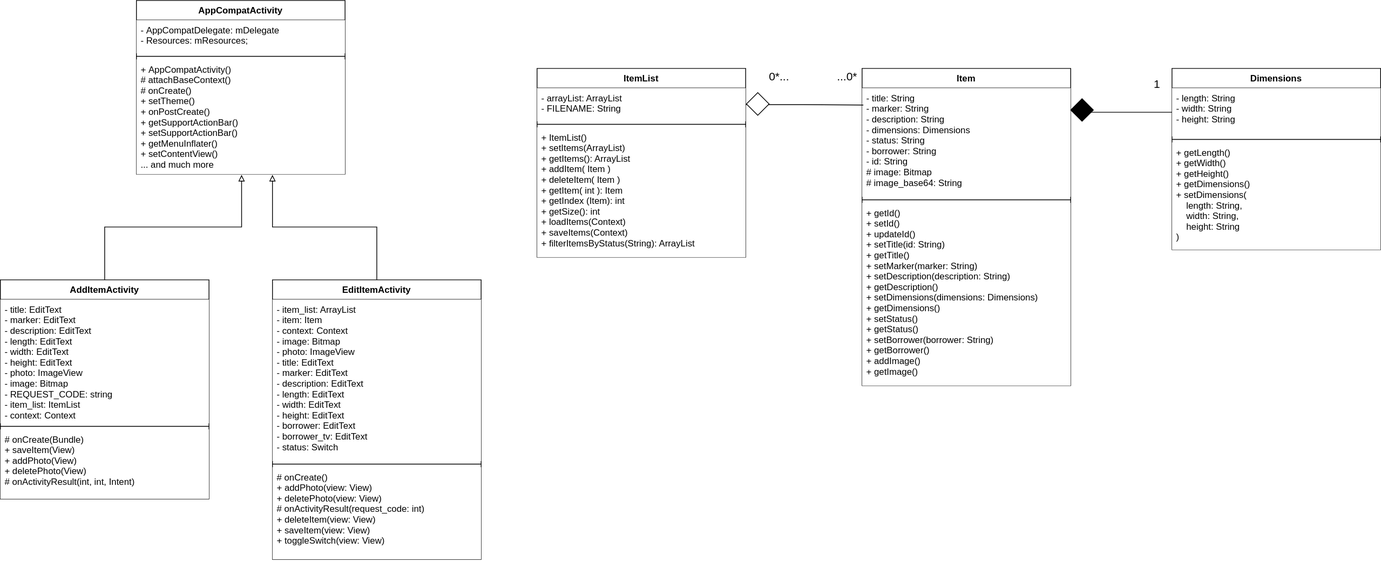
Before: UML Class Diagram - Sharing App.svg, a diagram exported from draw.io (treeindev/uml-diagrams). Source tidied: cells renumbered, new cells last; positions are measured from the earlier drawing's top-left corner, leaving out a move shared by most shapes.
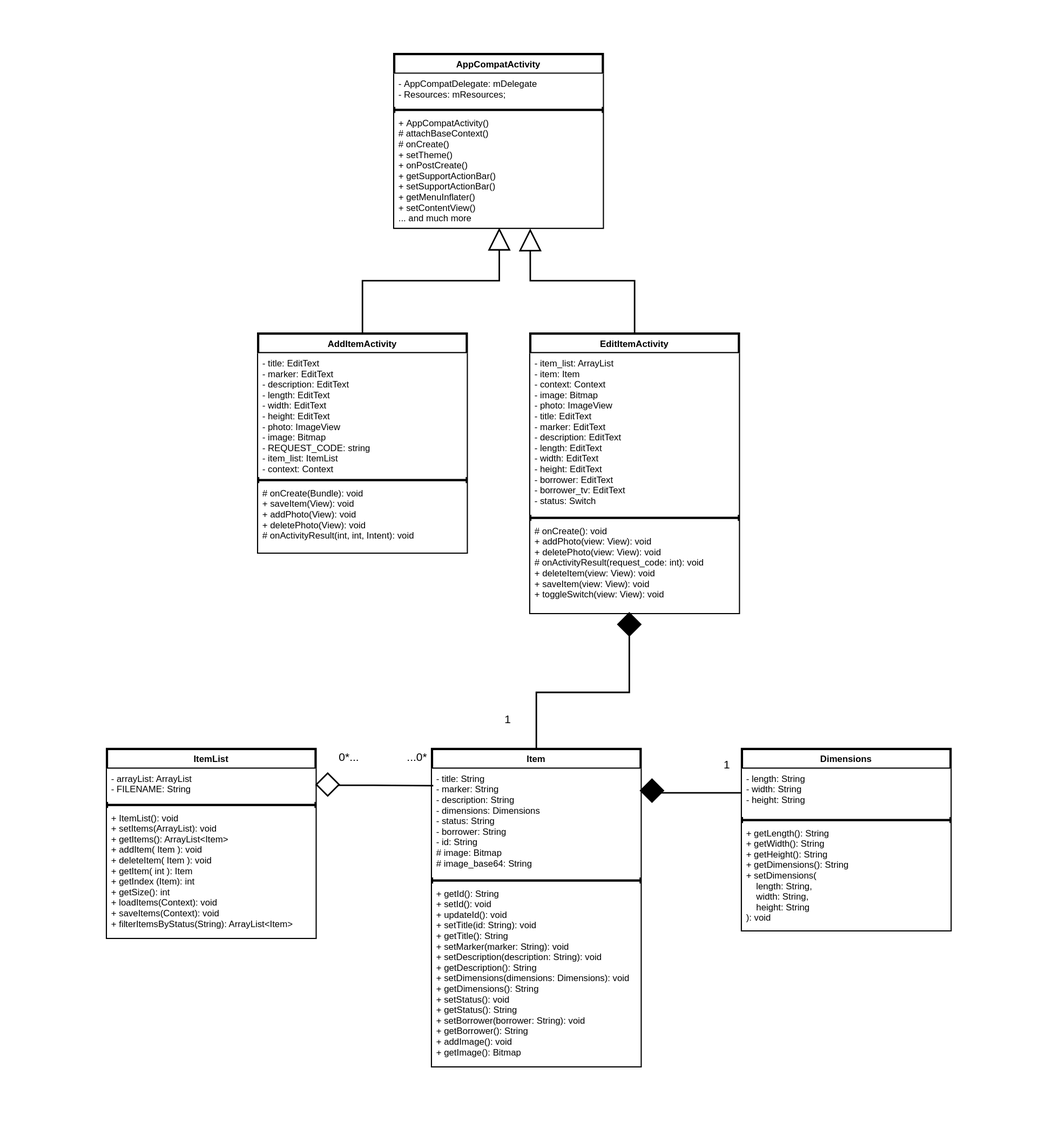
After the commit.

What changed in the source:
```diff
@@ -2,116 +2,129 @@
   <root>
     <mxCell id="0" />
     <mxCell id="1" parent="0" />
+    <mxCell id="35" style="rounded=0;whiteSpace=wrap;html=1;fontSize=15;strokeWidth=3;fillColor=#FFFFFF;strokeColor=none;" parent="1" vertex="1">
+      <mxGeometry x="570" y="-900" width="1390" height="1510" as="geometry" />
+    </mxCell>
-    <mxCell id="2" value="AppCompatActivity" style="swimlane;fontStyle=1;align=center;verticalAlign=top;horizontal=1;startSize=26;" parent="1" vertex="1">
-      <mxGeometry x="180" width="276" height="230" as="geometry" />
+    <mxCell id="2" value="AppCompatActivity" style="swimlane;fontStyle=1;align=center;verticalAlign=top;horizontal=1;startSize=26;strokeWidth=3;" parent="1" vertex="1">
+      <mxGeometry x="1090" y="-830" width="276" height="230" as="geometry" />
     </mxCell>
-    <mxCell id="3" value="- AppCompatDelegate: mDelegate&#10;- Resources: mResources;" style="text;align=left;verticalAlign=top;spacingLeft=4;spacingRight=4;overflow=hidden;fillColor=default;" parent="2" vertex="1">
+    <mxCell id="3" value="- AppCompatDelegate: mDelegate&#10;- Resources: mResources;" style="text;align=left;verticalAlign=top;spacingLeft=4;spacingRight=4;overflow=hidden;fillColor=default;strokeWidth=3;" parent="2" vertex="1">
       <mxGeometry y="26" width="276" height="44" as="geometry" />
     </mxCell>
-    <mxCell id="4" style="line;strokeWidth=1;fillColor=none;align=left;verticalAlign=middle;spacingTop=-1;spacingLeft=3;spacingRight=3;labelPosition=right;" parent="2" vertex="1">
+    <mxCell id="4" style="line;strokeWidth=3;fillColor=none;align=left;verticalAlign=middle;spacingTop=-1;spacingLeft=3;spacingRight=3;labelPosition=right;" parent="2" vertex="1">
       <mxGeometry y="70" width="276" height="8" as="geometry" />
     </mxCell>
-    <mxCell id="5" value="+ AppCompatActivity()&#10;# attachBaseContext()&#10;# onCreate()&#10;+ setTheme()&#10;+ onPostCreate()&#10;+ getSupportActionBar()&#10;+ setSupportActionBar()&#10;+ getMenuInflater()&#10;+ setContentView()&#10;... and much more" style="text;align=left;verticalAlign=top;spacingLeft=4;spacingRight=4;overflow=hidden;points=[[0,0.5],[1,0.5]];portConstraint=eastwest;fillColor=default;" parent="2" vertex="1">
+    <mxCell id="5" value="+ AppCompatActivity()&#10;# attachBaseContext()&#10;# onCreate()&#10;+ setTheme()&#10;+ onPostCreate()&#10;+ getSupportActionBar()&#10;+ setSupportActionBar()&#10;+ getMenuInflater()&#10;+ setContentView()&#10;... and much more" style="text;align=left;verticalAlign=top;spacingLeft=4;spacingRight=4;overflow=hidden;points=[[0,0.5],[1,0.5]];portConstraint=eastwest;fillColor=default;strokeWidth=3;" parent="2" vertex="1">
       <mxGeometry y="78" width="276" height="152" as="geometry" />
     </mxCell>
-    <mxCell id="6" style="edgeStyle=orthogonalEdgeStyle;rounded=0;jettySize=auto;html=1;entryX=0.504;entryY=1.007;entryDx=0;entryDy=0;entryPerimeter=0;fontSize=15;endArrow=block;endFill=0;jumpSize=7;startSize=10;" parent="1" edge="1" source="7" target="5">
+    <mxCell id="6" style="edgeStyle=orthogonalEdgeStyle;rounded=0;jettySize=auto;html=1;fontSize=15;endArrow=block;endFill=0;jumpSize=7;startSize=10;strokeWidth=2;endSize=25;" parent="1" edge="1" source="7">
       <mxGeometry relative="1" as="geometry">
+        <mxPoint x="1229" y="-600" as="targetPoint" />
         <Array as="points">
-          <mxPoint x="138" y="300" />
-          <mxPoint x="319" y="300" />
+          <mxPoint x="1048" y="-530" />
+          <mxPoint x="1229" y="-530" />
         </Array>
       </mxGeometry>
     </mxCell>
-    <mxCell id="7" value="AddItemActivity" style="swimlane;fontStyle=1;align=center;verticalAlign=top;horizontal=1;startSize=26;fillColor=default;" parent="1" vertex="1">
-      <mxGeometry y="370" width="276" height="290" as="geometry" />
+    <mxCell id="7" value="AddItemActivity" style="swimlane;fontStyle=1;align=center;verticalAlign=top;horizontal=1;startSize=26;fillColor=default;strokeWidth=3;" parent="1" vertex="1">
+      <mxGeometry x="910" y="-460" width="276" height="290" as="geometry" />
     </mxCell>
-    <mxCell id="8" value="- title: EditText&#10;- marker: EditText&#10;- description: EditText&#10;- length: EditText&#10;- width: EditText&#10;- height: EditText&#10;- photo: ImageView&#10;- image: Bitmap&#10;- REQUEST_CODE: string&#10;- item_list: ItemList&#10;- context: Context" style="text;align=left;verticalAlign=top;spacingLeft=4;spacingRight=4;overflow=hidden;fillColor=default;" parent="7" vertex="1">
+    <mxCell id="8" value="- title: EditText&#10;- marker: EditText&#10;- description: EditText&#10;- length: EditText&#10;- width: EditText&#10;- height: EditText&#10;- photo: ImageView&#10;- image: Bitmap&#10;- REQUEST_CODE: string&#10;- item_list: ItemList&#10;- context: Context" style="text;align=left;verticalAlign=top;spacingLeft=4;spacingRight=4;overflow=hidden;fillColor=default;strokeWidth=3;" parent="7" vertex="1">
       <mxGeometry y="26" width="276" height="164" as="geometry" />
     </mxCell>
-    <mxCell id="9" style="line;strokeWidth=1;align=left;verticalAlign=middle;spacingTop=-1;spacingLeft=3;spacingRight=3;labelPosition=right;fillColor=default;" parent="7" vertex="1">
+    <mxCell id="9" style="line;strokeWidth=3;align=left;verticalAlign=middle;spacingTop=-1;spacingLeft=3;spacingRight=3;labelPosition=right;fillColor=default;" parent="7" vertex="1">
       <mxGeometry y="190" width="276" height="8" as="geometry" />
     </mxCell>
-    <mxCell id="10" value="# onCreate(Bundle)&#10;+ saveItem(View)&#10;+ addPhoto(View)&#10;+ deletePhoto(View)&#10;# onActivityResult(int, int, Intent)" style="text;align=left;verticalAlign=top;spacingLeft=4;spacingRight=4;overflow=hidden;fillColor=default;" parent="7" vertex="1">
+    <mxCell id="10" value="# onCreate(Bundle): void&#10;+ saveItem(View): void&#10;+ addPhoto(View): void&#10;+ deletePhoto(View): void&#10;# onActivityResult(int, int, Intent): void" style="text;align=left;verticalAlign=top;spacingLeft=4;spacingRight=4;overflow=hidden;fillColor=default;strokeWidth=3;" parent="7" vertex="1">
       <mxGeometry y="198" width="276" height="92" as="geometry" />
     </mxCell>
-    <mxCell id="11" value="ItemList" style="swimlane;fontStyle=1;align=center;verticalAlign=top;horizontal=1;startSize=26;fillColor=default;" parent="1" vertex="1">
+    <mxCell id="11" value="ItemList" style="swimlane;fontStyle=1;align=center;verticalAlign=top;horizontal=1;startSize=26;fillColor=default;strokeWidth=3;" parent="1" vertex="1">
       <mxGeometry x="710" y="90" width="276" height="250" as="geometry" />
     </mxCell>
-    <mxCell id="12" value="- arrayList: ArrayList&#10;- FILENAME: String" style="text;align=left;verticalAlign=top;spacingLeft=4;spacingRight=4;overflow=hidden;points=[[0,0.5],[1,0.5]];portConstraint=eastwest;fillColor=default;" parent="11" vertex="1">
+    <mxCell id="12" value="- arrayList: ArrayList&#10;- FILENAME: String" style="text;align=left;verticalAlign=top;spacingLeft=4;spacingRight=4;overflow=hidden;points=[[0,0.5],[1,0.5]];portConstraint=eastwest;fillColor=default;strokeWidth=3;" parent="11" vertex="1">
       <mxGeometry y="26" width="276" height="44" as="geometry" />
     </mxCell>
-    <mxCell id="13" style="line;strokeWidth=1;align=left;verticalAlign=middle;spacingTop=-1;spacingLeft=3;spacingRight=3;labelPosition=right;fillColor=default;" parent="11" vertex="1">
+    <mxCell id="13" style="line;strokeWidth=3;align=left;verticalAlign=middle;spacingTop=-1;spacingLeft=3;spacingRight=3;labelPosition=right;fillColor=default;" parent="11" vertex="1">
       <mxGeometry y="70" width="276" height="8" as="geometry" />
     </mxCell>
-    <mxCell id="14" value="+ ItemList()&#10;+ setItems(ArrayList)&#10;+ getItems(): ArrayList&#10;+ addItem( Item )&#10;+ deleteItem( Item )&#10;+ getItem( int ): Item&#10;+ getIndex (Item): int&#10;+ getSize(): int&#10;+ loadItems(Context)&#10;+ saveItems(Context)&#10;+ filterItemsByStatus(String): ArrayList" style="text;align=left;verticalAlign=top;spacingLeft=4;spacingRight=4;overflow=hidden;fillColor=default;" parent="11" vertex="1">
+    <mxCell id="14" value="+ ItemList(): void&#10;+ setItems(ArrayList): void&#10;+ getItems(): ArrayList&lt;Item&gt;&#10;+ addItem( Item ): void&#10;+ deleteItem( Item ): void&#10;+ getItem( int ): Item&#10;+ getIndex (Item): int&#10;+ getSize(): int&#10;+ loadItems(Context): void&#10;+ saveItems(Context): void&#10;+ filterItemsByStatus(String): ArrayList&lt;Item&gt;" style="text;align=left;verticalAlign=top;spacingLeft=4;spacingRight=4;overflow=hidden;fillColor=default;strokeWidth=3;" parent="11" vertex="1">
       <mxGeometry y="78" width="276" height="172" as="geometry" />
     </mxCell>
-    <mxCell id="15" style="edgeStyle=orthogonalEdgeStyle;rounded=0;jettySize=auto;html=1;entryX=0.652;entryY=1.007;entryDx=0;entryDy=0;entryPerimeter=0;fontSize=15;endArrow=block;endFill=0;jumpSize=7;" parent="1" edge="1" source="16" target="5">
+    <mxCell id="15" style="edgeStyle=orthogonalEdgeStyle;rounded=0;jettySize=auto;html=1;entryX=0.652;entryY=1.007;entryDx=0;entryDy=0;entryPerimeter=0;fontSize=15;endArrow=block;endFill=0;jumpSize=7;strokeWidth=2;endSize=25;" parent="1" edge="1" source="16" target="5">
       <mxGeometry relative="1" as="geometry">
         <Array as="points">
-          <mxPoint x="498" y="300" />
-          <mxPoint x="360" y="300" />
+          <mxPoint x="1408" y="-530" />
+          <mxPoint x="1270" y="-530" />
         </Array>
       </mxGeometry>
     </mxCell>
-    <mxCell id="16" value="EditItemActivity" style="swimlane;fontStyle=1;align=center;verticalAlign=top;horizontal=1;startSize=26;fillColor=default;" parent="1" vertex="1">
-      <mxGeometry x="360" y="370" width="276" height="370" as="geometry" />
+    <mxCell id="16" value="EditItemActivity" style="swimlane;fontStyle=1;align=center;verticalAlign=top;horizontal=1;startSize=26;fillColor=default;strokeWidth=3;" parent="1" vertex="1">
+      <mxGeometry x="1270" y="-460" width="276" height="370" as="geometry" />
     </mxCell>
-    <mxCell id="17" value="- item_list: ArrayList&#10;- item: Item&#10;- context: Context&#10;- image: Bitmap&#10;- photo: ImageView&#10;- title: EditText&#10;- marker: EditText&#10;- description: EditText&#10;- length: EditText&#10;- width: EditText&#10;- height: EditText&#10;- borrower: EditText&#10;- borrower_tv: EditText&#10;- status: Switch" style="text;align=left;verticalAlign=top;spacingLeft=4;spacingRight=4;overflow=hidden;fillColor=default;" parent="16" vertex="1">
+    <mxCell id="17" value="- item_list: ArrayList&#10;- item: Item&#10;- context: Context&#10;- image: Bitmap&#10;- photo: ImageView&#10;- title: EditText&#10;- marker: EditText&#10;- description: EditText&#10;- length: EditText&#10;- width: EditText&#10;- height: EditText&#10;- borrower: EditText&#10;- borrower_tv: EditText&#10;- status: Switch" style="text;align=left;verticalAlign=top;spacingLeft=4;spacingRight=4;overflow=hidden;fillColor=default;strokeWidth=3;" parent="16" vertex="1">
       <mxGeometry y="26" width="276" height="214" as="geometry" />
     </mxCell>
-    <mxCell id="18" style="line;strokeWidth=1;align=left;verticalAlign=middle;spacingTop=-1;spacingLeft=3;spacingRight=3;labelPosition=right;fillColor=default;" parent="16" vertex="1">
+    <mxCell id="18" style="line;strokeWidth=3;align=left;verticalAlign=middle;spacingTop=-1;spacingLeft=3;spacingRight=3;labelPosition=right;fillColor=default;" parent="16" vertex="1">
       <mxGeometry y="240" width="276" height="8" as="geometry" />
     </mxCell>
-    <mxCell id="19" value="# onCreate()&#10;+ addPhoto(view: View)&#10;+ deletePhoto(view: View)&#10;# onActivityResult(request_code: int)&#10;+ deleteItem(view: View)&#10;+ saveItem(view: View)&#10;+ toggleSwitch(view: View)" style="text;align=left;verticalAlign=top;spacingLeft=4;spacingRight=4;overflow=hidden;fillColor=default;" parent="16" vertex="1">
+    <mxCell id="19" value="# onCreate(): void&#10;+ addPhoto(view: View): void&#10;+ deletePhoto(view: View): void&#10;# onActivityResult(request_code: int): void&#10;+ deleteItem(view: View): void&#10;+ saveItem(view: View): void&#10;+ toggleSwitch(view: View): void" style="text;align=left;verticalAlign=top;spacingLeft=4;spacingRight=4;overflow=hidden;fillColor=default;strokeWidth=3;" parent="16" vertex="1">
       <mxGeometry y="248" width="276" height="122" as="geometry" />
     </mxCell>
+    <mxCell id="36" style="edgeStyle=orthogonalEdgeStyle;rounded=0;jumpSize=7;jettySize=auto;html=1;entryX=0.5;entryY=1;entryDx=0;entryDy=0;fontSize=15;endArrow=none;endFill=0;startSize=11;strokeWidth=2;" parent="1" edge="1" source="20" target="37">
+      <mxGeometry relative="1" as="geometry" />
+    </mxCell>
-    <mxCell id="20" value="Item" style="swimlane;fontStyle=1;align=center;verticalAlign=top;horizontal=1;startSize=26;fillColor=default;" parent="1" vertex="1">
+    <mxCell id="20" value="Item" style="swimlane;fontStyle=1;align=center;verticalAlign=top;horizontal=1;startSize=26;fillColor=default;strokeWidth=3;" parent="1" vertex="1">
       <mxGeometry x="1140" y="90" width="276" height="420" as="geometry" />
     </mxCell>
-    <mxCell id="21" value="- title: String&#10;- marker: String&#10;- description: String&#10;- dimensions: Dimensions&#10;- status: String&#10;- borrower: String&#10;- id: String&#10;# image: Bitmap&#10;# image_base64: String" style="text;align=left;verticalAlign=top;spacingLeft=4;spacingRight=4;overflow=hidden;points=[[0,0.5],[1,0.5]];portConstraint=eastwest;fillColor=default;" parent="20" vertex="1">
+    <mxCell id="21" value="- title: String&#10;- marker: String&#10;- description: String&#10;- dimensions: Dimensions&#10;- status: String&#10;- borrower: String&#10;- id: String&#10;# image: Bitmap&#10;# image_base64: String" style="text;align=left;verticalAlign=top;spacingLeft=4;spacingRight=4;overflow=hidden;points=[[0,0.5],[1,0.5]];portConstraint=eastwest;fillColor=default;strokeWidth=3;" parent="20" vertex="1">
       <mxGeometry y="26" width="276" height="144" as="geometry" />
     </mxCell>
-    <mxCell id="22" style="line;strokeWidth=1;align=left;verticalAlign=middle;spacingTop=-1;spacingLeft=3;spacingRight=3;labelPosition=right;fillColor=default;" parent="20" vertex="1">
+    <mxCell id="22" style="line;strokeWidth=3;align=left;verticalAlign=middle;spacingTop=-1;spacingLeft=3;spacingRight=3;labelPosition=right;fillColor=default;" parent="20" vertex="1">
       <mxGeometry y="170" width="276" height="8" as="geometry" />
     </mxCell>
-    <mxCell id="23" value="+ getId()&#10;+ setId()&#10;+ updateId()&#10;+ setTitle(id: String)&#10;+ getTitle()&#10;+ setMarker(marker: String)&#10;+ setDescription(description: String)&#10;+ getDescription()&#10;+ setDimensions(dimensions: Dimensions)&#10;+ getDimensions()&#10;+ setStatus()&#10;+ getStatus()&#10;+ setBorrower(borrower: String)&#10;+ getBorrower()&#10;+ addImage()&#10;+ getImage()" style="text;align=left;verticalAlign=top;spacingLeft=4;spacingRight=4;overflow=hidden;fillColor=default;" parent="20" vertex="1">
+    <mxCell id="23" value="+ getId(): String&#10;+ setId(): void&#10;+ updateId(): void&#10;+ setTitle(id: String): void&#10;+ getTitle(): String&#10;+ setMarker(marker: String): void&#10;+ setDescription(description: String): void&#10;+ getDescription(): String&#10;+ setDimensions(dimensions: Dimensions): void&#10;+ getDimensions(): String&#10;+ setStatus(): void&#10;+ getStatus(): String&#10;+ setBorrower(borrower: String): void&#10;+ getBorrower(): String&#10;+ addImage(): void&#10;+ getImage(): Bitmap" style="text;align=left;verticalAlign=top;spacingLeft=4;spacingRight=4;overflow=hidden;fillColor=default;strokeWidth=3;" parent="20" vertex="1">
       <mxGeometry y="178" width="276" height="242" as="geometry" />
     </mxCell>
-    <mxCell id="24" value="Dimensions" style="swimlane;fontStyle=1;align=center;verticalAlign=top;horizontal=1;startSize=26;fillColor=default;" parent="1" vertex="1">
+    <mxCell id="24" value="Dimensions" style="swimlane;fontStyle=1;align=center;verticalAlign=top;horizontal=1;startSize=26;fillColor=default;strokeWidth=3;" parent="1" vertex="1">
       <mxGeometry x="1550" y="90" width="276" height="240" as="geometry" />
     </mxCell>
-    <mxCell id="25" value="- length: String&#10;- width: String&#10;- height: String" style="text;align=left;verticalAlign=top;spacingLeft=4;spacingRight=4;overflow=hidden;points=[[0,0.5],[1,0.5]];portConstraint=eastwest;fillColor=default;" parent="24" vertex="1">
+    <mxCell id="25" value="- length: String&#10;- width: String&#10;- height: String" style="text;align=left;verticalAlign=top;spacingLeft=4;spacingRight=4;overflow=hidden;points=[[0,0.5],[1,0.5]];portConstraint=eastwest;fillColor=default;strokeWidth=3;" parent="24" vertex="1">
       <mxGeometry y="26" width="276" height="64" as="geometry" />
     </mxCell>
-    <mxCell id="26" style="line;strokeWidth=1;align=left;verticalAlign=middle;spacingTop=-1;spacingLeft=3;spacingRight=3;labelPosition=right;fillColor=default;" parent="24" vertex="1">
+    <mxCell id="26" style="line;strokeWidth=3;align=left;verticalAlign=middle;spacingTop=-1;spacingLeft=3;spacingRight=3;labelPosition=right;fillColor=default;" parent="24" vertex="1">
       <mxGeometry y="90" width="276" height="8" as="geometry" />
     </mxCell>
-    <mxCell id="27" value="+ getLength()&#10;+ getWidth()&#10;+ getHeight()&#10;+ getDimensions()&#10;+ setDimensions(&#10;    length: String,&#10;    width: String,&#10;    height: String&#10;)&#10;" style="text;align=left;verticalAlign=top;spacingLeft=4;spacingRight=4;overflow=hidden;fillColor=default;" parent="24" vertex="1">
+    <mxCell id="27" value="+ getLength(): String&#10;+ getWidth(): String&#10;+ getHeight(): String&#10;+ getDimensions(): String&#10;+ setDimensions(&#10;    length: String,&#10;    width: String,&#10;    height: String&#10;): void&#10;" style="text;align=left;verticalAlign=top;spacingLeft=4;spacingRight=4;overflow=hidden;fillColor=default;strokeWidth=3;" parent="24" vertex="1">
       <mxGeometry y="98" width="276" height="142" as="geometry" />
     </mxCell>
-    <mxCell id="28" style="edgeStyle=orthogonalEdgeStyle;rounded=0;jettySize=auto;html=1;entryX=0.006;entryY=0.156;entryDx=0;entryDy=0;entryPerimeter=0;endArrow=none;endFill=0;" parent="1" edge="1" source="12" target="21">
+    <mxCell id="28" style="edgeStyle=orthogonalEdgeStyle;rounded=0;jettySize=auto;html=1;entryX=0.006;entryY=0.156;entryDx=0;entryDy=0;entryPerimeter=0;endArrow=none;endFill=0;strokeWidth=2;" parent="1" edge="1" source="12" target="21">
       <mxGeometry relative="1" as="geometry" />
     </mxCell>
-    <mxCell id="29" style="rhombus;whiteSpace=wrap;html=1;fillColor=default;" parent="1" vertex="1">
+    <mxCell id="29" style="rhombus;whiteSpace=wrap;html=1;fillColor=default;strokeWidth=2;" parent="1" vertex="1">
       <mxGeometry x="987" y="122" width="30" height="30" as="geometry" />
     </mxCell>
-    <mxCell id="30" value="0*..." style="text;html=1;align=center;verticalAlign=middle;strokeColor=none;fillColor=none;fontSize=15;" parent="1" vertex="1">
+    <mxCell id="30" value="0*..." style="text;html=1;align=center;verticalAlign=middle;strokeColor=none;fillColor=none;fontSize=15;strokeWidth=2;" parent="1" vertex="1">
       <mxGeometry x="1010" y="90" width="40" height="20" as="geometry" />
     </mxCell>
-    <mxCell id="31" value="...0*" style="text;html=1;align=center;verticalAlign=middle;strokeColor=none;fillColor=none;fontSize=15;" parent="1" vertex="1">
+    <mxCell id="31" value="...0*" style="text;html=1;align=center;verticalAlign=middle;strokeColor=none;fillColor=none;fontSize=15;strokeWidth=3;" parent="1" vertex="1">
       <mxGeometry x="1100" y="90" width="40" height="20" as="geometry" />
     </mxCell>
-    <mxCell id="32" style="edgeStyle=orthogonalEdgeStyle;rounded=0;jettySize=auto;html=1;fontSize=15;endArrow=none;endFill=0;" parent="1" edge="1" source="25">
+    <mxCell id="32" style="edgeStyle=orthogonalEdgeStyle;rounded=0;jettySize=auto;html=1;fontSize=15;endArrow=none;endFill=0;strokeWidth=2;" parent="1" edge="1" source="25">
       <mxGeometry relative="1" as="geometry">
         <mxPoint x="1420" y="148" as="targetPoint" />
       </mxGeometry>
     </mxCell>
-    <mxCell id="33" style="rhombus;whiteSpace=wrap;html=1;fillColor=#000000;" parent="1" vertex="1">
+    <mxCell id="33" style="rhombus;whiteSpace=wrap;html=1;fillColor=#000000;strokeWidth=2;" parent="1" vertex="1">
       <mxGeometry x="1416" y="130" width="30" height="30" as="geometry" />
     </mxCell>
-    <mxCell id="34" value="1" style="text;html=1;align=center;verticalAlign=middle;strokeColor=none;fillColor=none;fontSize=15;" parent="1" vertex="1">
+    <mxCell id="34" value="1" style="text;html=1;align=center;verticalAlign=middle;strokeColor=none;fillColor=none;fontSize=15;strokeWidth=3;" parent="1" vertex="1">
       <mxGeometry x="1520" y="100" width="20" height="20" as="geometry" />
     </mxCell>
+    <mxCell id="37" style="rhombus;whiteSpace=wrap;html=1;fillColor=#000000;strokeWidth=2;" parent="1" vertex="1">
+      <mxGeometry x="1386" y="-90" width="30" height="30" as="geometry" />
+    </mxCell>
+    <mxCell id="38" value="1" style="text;html=1;align=center;verticalAlign=middle;strokeColor=none;fillColor=none;fontSize=15;strokeWidth=2;" parent="1" vertex="1">
+      <mxGeometry x="1230" y="40" width="20" height="20" as="geometry" />
+    </mxCell>
   </root>
 </mxGraphModel>
```
